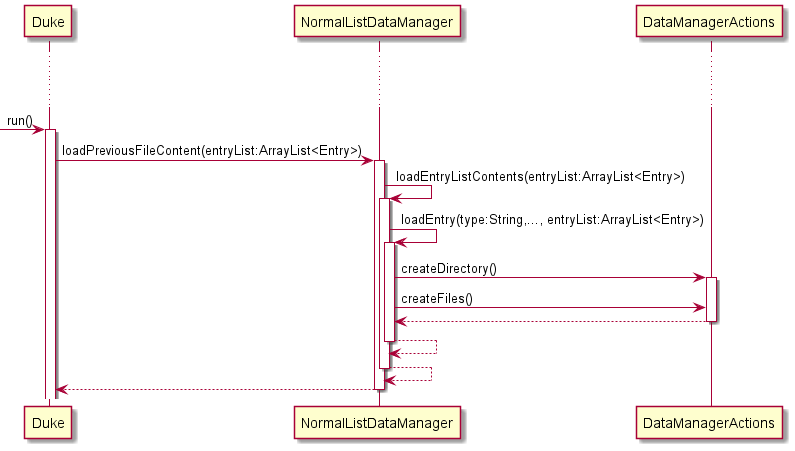
The PlantUML diagram docs/images/StorageLoadFiles.png in yanjia1777/tp, before a commit. Source of this version:
```plantuml
@startuml
!include Style.puml

participant Duke        as duke
participant NormalListDataManager as normalListDataManager
participant DataManagerActions as dataManagerActions

-> duke : run()
activate duke

duke -> normalListDataManager : loadPreviousFileContent(entryList:ArrayList<Entry>)
activate normalListDataManager

normalListDataManager -> normalListDataManager : loadEntryListContents(entryList:ArrayList<Entry>)
activate normalListDataManager
normalListDataManager -> normalListDataManager : loadEntry(type:String,..., entryList:ArrayList<Entry>)
activate normalListDataManager

normalListDataManager -> dataManagerActions : createDirectory()
activate dataManagerActions

normalListDataManager -> dataManagerActions : createFiles()

return
return
return
return


@enduml
```
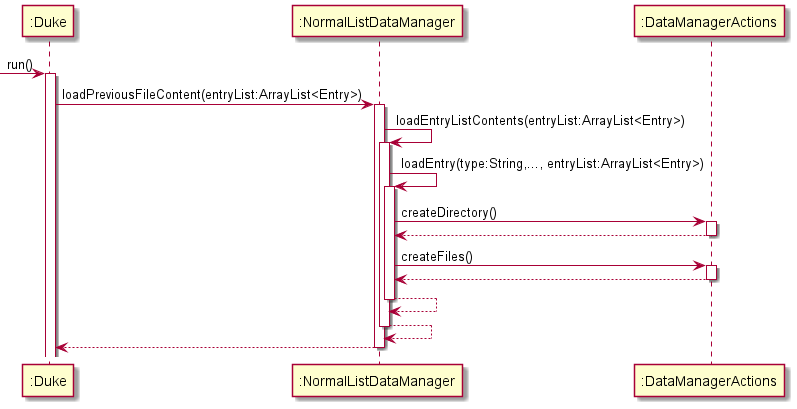
The same file after the commit.

Commit message:
Update diagram for storage class

What changed in the source:
```diff
@@ -1,9 +1,9 @@
 @startuml
 !include Style.puml
 
-participant Duke        as duke
-participant NormalListDataManager as normalListDataManager
-participant DataManagerActions as dataManagerActions
+participant ":Duke"       as duke
+participant ":NormalListDataManager" as normalListDataManager
+participant ":DataManagerActions" as dataManagerActions
 
 -> duke : run()
 activate duke
@@ -13,18 +13,24 @@
 
 normalListDataManager -> normalListDataManager : loadEntryListContents(entryList:ArrayList<Entry>)
 activate normalListDataManager
+
 normalListDataManager -> normalListDataManager : loadEntry(type:String,..., entryList:ArrayList<Entry>)
+
 activate normalListDataManager
-
 normalListDataManager -> dataManagerActions : createDirectory()
 activate dataManagerActions
+dataManagerActions --> normalListDataManager
+deactivate dataManagerActions
 
 normalListDataManager -> dataManagerActions : createFiles()
+activate dataManagerActions
+dataManagerActions --> normalListDataManager
+deactivate dataManagerActions
 
-return
 return
 return
 return
 
 
+
 @enduml
```
